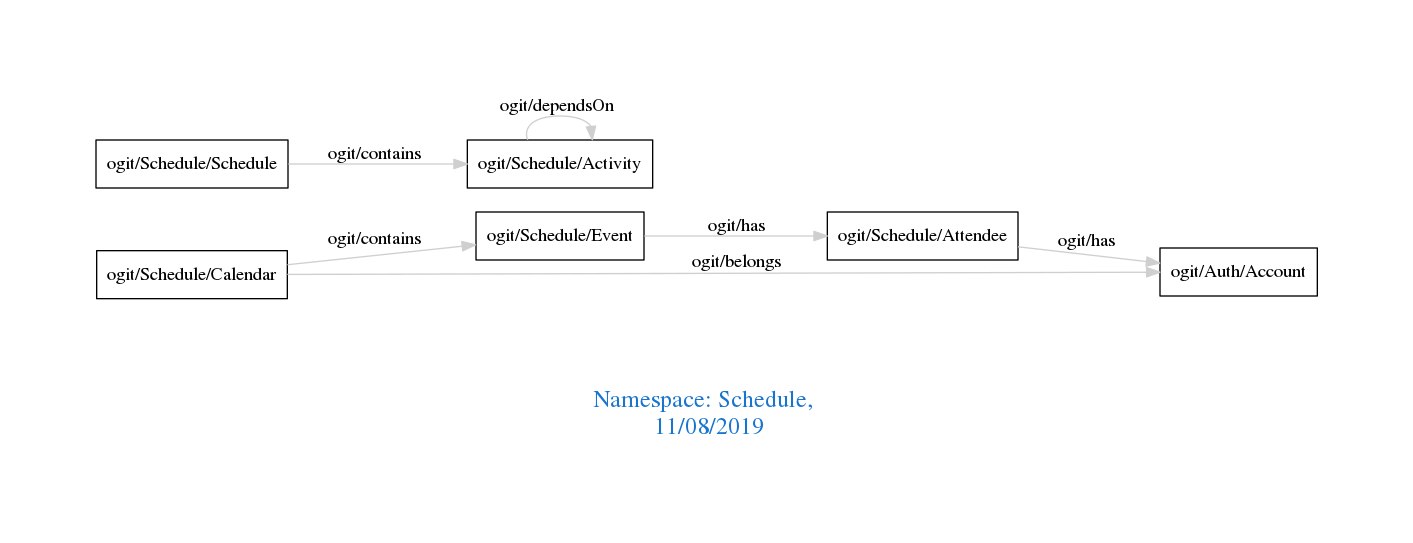
arago/OGIT keeps this Graphviz diagram as downloads/Schedule.png. Above is the earlier version. Its source is kept beside it as downloads/Schedule.dot.
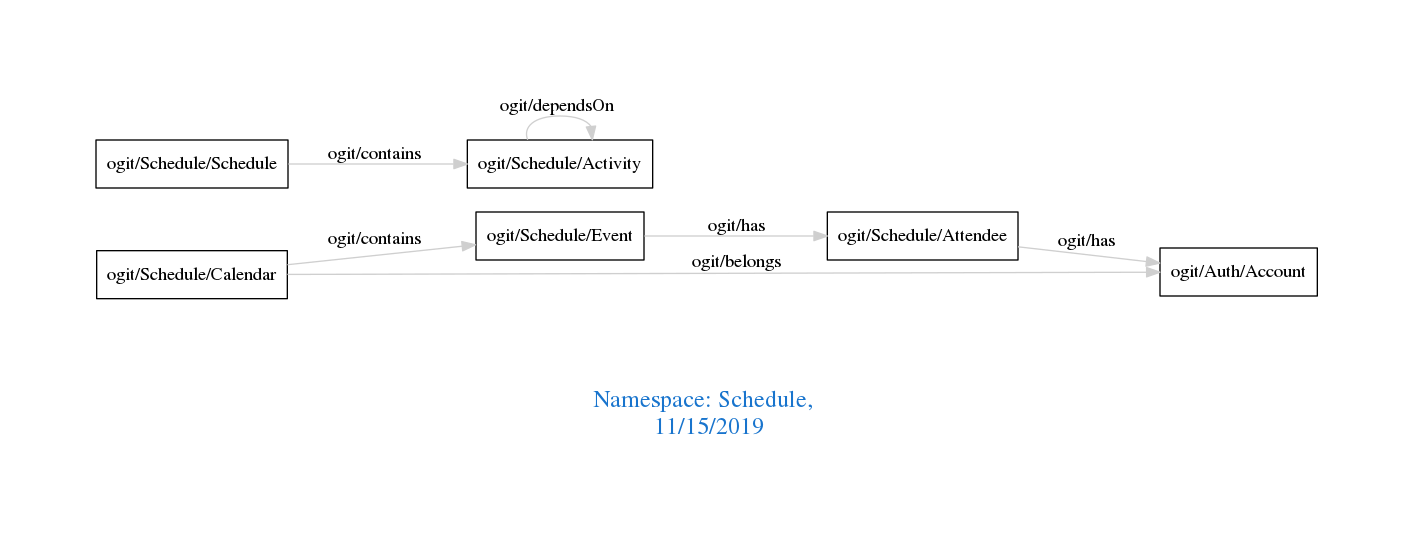
Above is the later version.

Change to the diagram source:
```diff
@@ -1,7 +1,7 @@
 digraph OGIT_ontology {
  graph [ rankdir= LR,pad=1
 fontsize = 18,
-fontcolor= dodgerblue3,label = "\n\n\nNamespace: Schedule, \n 11/08/2019"];
+fontcolor= dodgerblue3,label = "\n\n\nNamespace: Schedule, \n 11/15/2019"];
 node[shape=polygon];
 edge [  color="gray81"];
 
```
